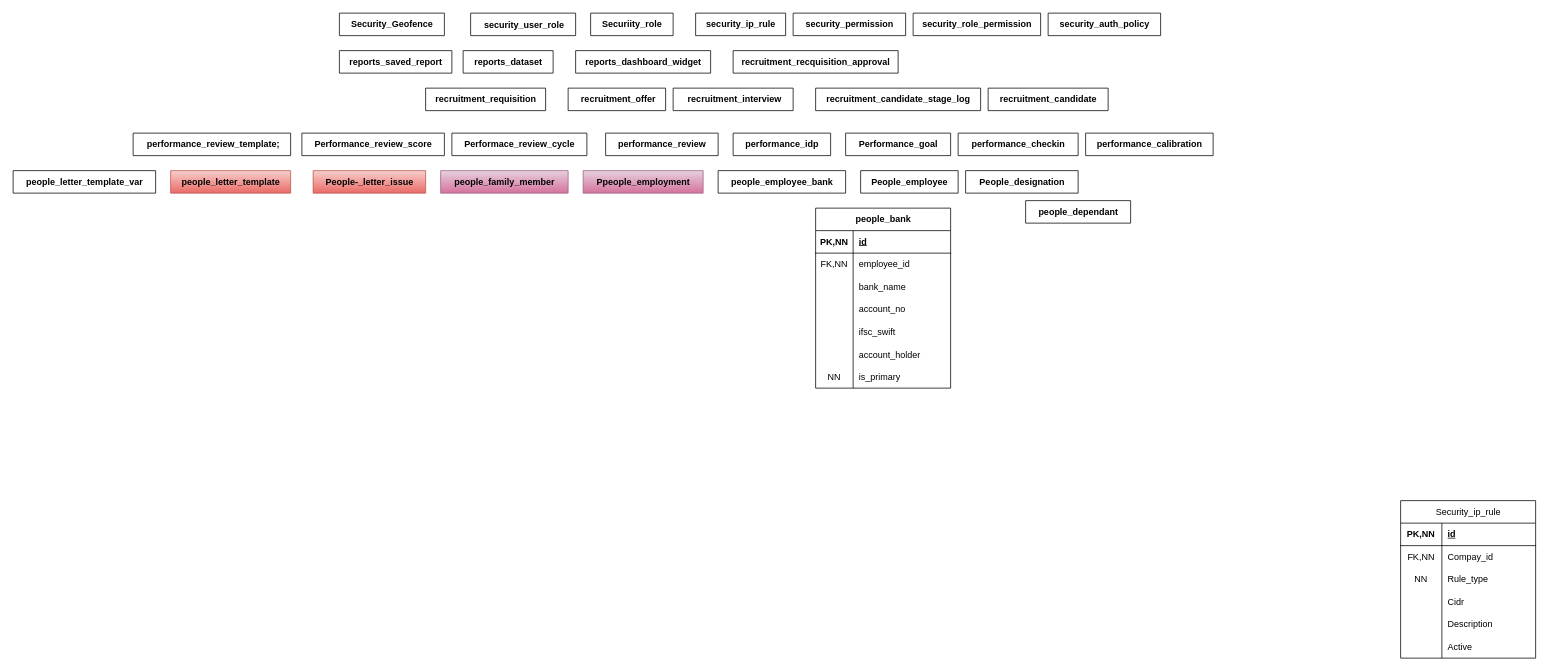
Shreya-Kosabe-07/hrms_flows2 keeps this draw.io diagram as Untitled Diagram.drawio. Above is the earlier version. Source tidied: cells renumbered, new cells numbered last; positions are measured from the earlier drawing's top-left corner, leaving out a move shared by most shapes. Both pictures are drawn from the tidied source at 75%, with x=0, y=0 at pixel (13, 13).
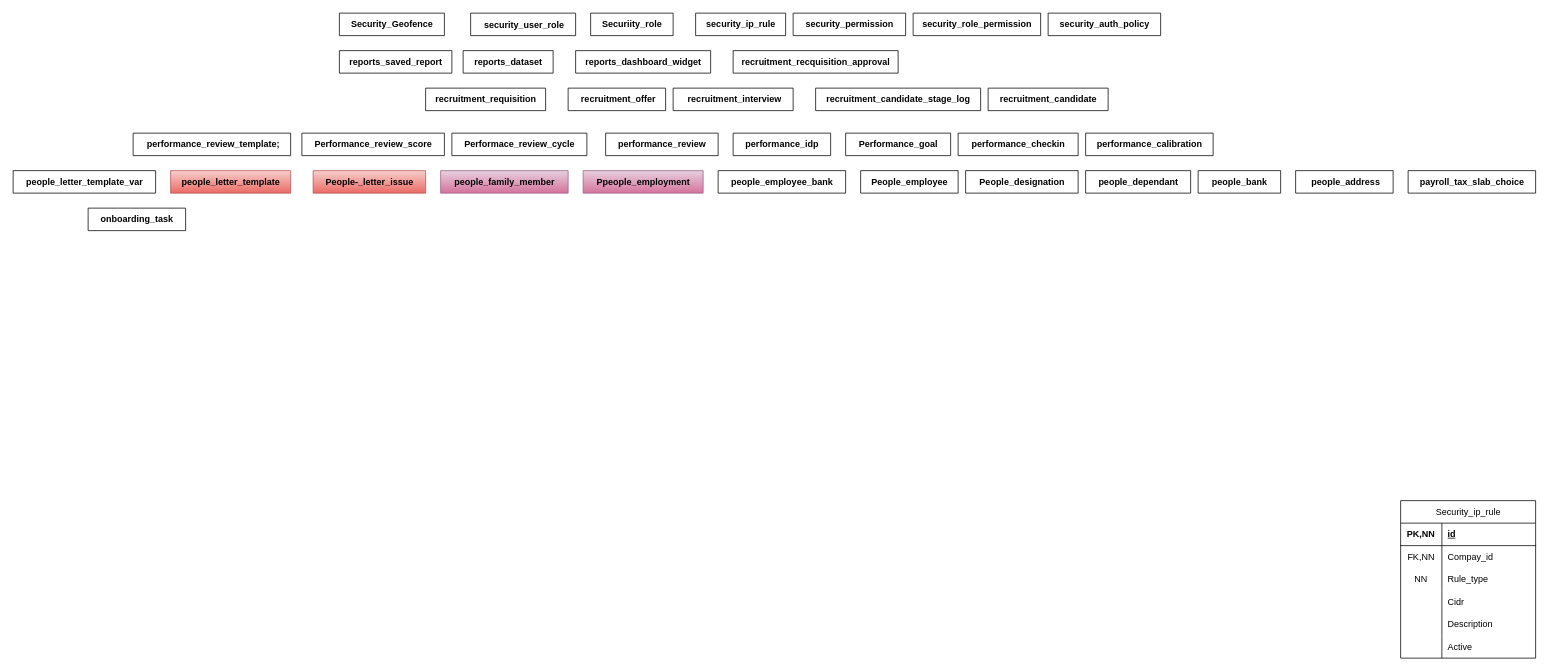
The same diagram, later.

Commit message:
HRMS_FLOW_DIAGRAM_FINAL

The edit, as a diff of the source:
```diff
@@
     <mxCell id="53" value="people_dependant" style="shape=table;startSize=30;childLayout=tableLayout;rowLines=0;fontStyle=1;align=center;html=1;" parent="1" vertex="1" collapsed="1">
-      <mxGeometry x="1350" y="250" width="140" height="30" as="geometry" />
+      <mxGeometry x="1430" y="210" width="140" height="30" as="geometry" />
     </mxCell>
-    <mxCell id="54" value="people_bank" style="shape=table;startSize=30;childLayout=tableLayout;rowLines=0;fontStyle=1;align=center;html=1;" parent="1" vertex="1">
-      <mxGeometry x="1070" y="260" width="180" height="240" as="geometry" />
+    <mxCell id="54" value="people_bank" style="shape=table;startSize=30;childLayout=tableLayout;rowLines=0;fontStyle=1;align=center;html=1;" parent="1" vertex="1" collapsed="1">
+      <mxGeometry x="1580" y="210" width="110" height="30" as="geometry" />
     </mxCell>
-    <mxCell id="55" style="shape=tableRow;horizontal=0;startSize=0;swimlaneHead=0;swimlaneBody=0;fillColor=none;top=0;left=0;right=0;bottom=1;" parent="54" vertex="1">
-      <mxGeometry y="30" width="180" height="30" as="geometry" />
-    </mxCell>
-    <mxCell id="56" value="PK,NN" style="shape=partialRectangle;fillColor=none;top=0;left=0;bottom=0;right=0;fontStyle=1;overflow=hidden;whiteSpace=wrap;html=1;" parent="55" vertex="1">
-      <mxGeometry width="50" height="30" as="geometry" />
-    </mxCell>
-    <mxCell id="57" value="id" style="shape=partialRectangle;fillColor=none;top=0;left=0;bottom=0;right=0;align=left;spacingLeft=6;fontStyle=5;overflow=hidden;whiteSpace=wrap;html=1;" parent="55" vertex="1">
-      <mxGeometry x="50" width="130" height="30" as="geometry" />
-    </mxCell>
-    <mxCell id="58" style="shape=tableRow;horizontal=0;startSize=0;swimlaneHead=0;swimlaneBody=0;fillColor=none;top=0;left=0;right=0;bottom=0;" parent="54" vertex="1">
-      <mxGeometry y="60" width="180" height="30" as="geometry" />
-    </mxCell>
-    <mxCell id="59" value="FK,NN" style="shape=partialRectangle;fillColor=none;top=0;left=0;bottom=0;right=0;overflow=hidden;whiteSpace=wrap;html=1;" parent="58" vertex="1">
-      <mxGeometry width="50" height="30" as="geometry" />
-    </mxCell>
-    <mxCell id="60" value="employee_id" style="shape=partialRectangle;fillColor=none;top=0;left=0;bottom=0;right=0;align=left;spacingLeft=6;overflow=hidden;whiteSpace=wrap;html=1;" parent="58" vertex="1">
-      <mxGeometry x="50" width="130" height="30" as="geometry" />
-    </mxCell>
-    <mxCell id="61" style="shape=tableRow;horizontal=0;startSize=0;swimlaneHead=0;swimlaneBody=0;fillColor=none;top=0;left=0;right=0;bottom=0;" parent="54" vertex="1">
-      <mxGeometry y="90" width="180" height="30" as="geometry" />
-    </mxCell>
-    <mxCell id="62" style="shape=partialRectangle;fillColor=none;top=0;left=0;bottom=0;right=0;overflow=hidden;whiteSpace=wrap;html=1;" parent="61" vertex="1">
-      <mxGeometry width="50" height="30" as="geometry" />
-    </mxCell>
-    <mxCell id="63" value="bank_name" style="shape=partialRectangle;fillColor=none;top=0;left=0;bottom=0;right=0;align=left;spacingLeft=6;overflow=hidden;whiteSpace=wrap;html=1;" parent="61" vertex="1">
-      <mxGeometry x="50" width="130" height="30" as="geometry" />
-    </mxCell>
-    <mxCell id="64" style="shape=tableRow;horizontal=0;startSize=0;swimlaneHead=0;swimlaneBody=0;fillColor=none;top=0;left=0;right=0;bottom=0;" parent="54" vertex="1">
-      <mxGeometry y="120" width="180" height="30" as="geometry" />
-    </mxCell>
-    <mxCell id="65" style="shape=partialRectangle;fillColor=none;top=0;left=0;bottom=0;right=0;overflow=hidden;whiteSpace=wrap;html=1;" parent="64" vertex="1">
-      <mxGeometry width="50" height="30" as="geometry" />
-    </mxCell>
-    <mxCell id="66" value="account_no" style="shape=partialRectangle;fillColor=none;top=0;left=0;bottom=0;right=0;align=left;spacingLeft=6;overflow=hidden;whiteSpace=wrap;html=1;" parent="64" vertex="1">
-      <mxGeometry x="50" width="130" height="30" as="geometry" />
-    </mxCell>
-    <mxCell id="67" style="shape=tableRow;horizontal=0;startSize=0;swimlaneHead=0;swimlaneBody=0;fillColor=none;top=0;left=0;right=0;bottom=0;" parent="54" vertex="1">
-      <mxGeometry y="150" width="180" height="30" as="geometry" />
-    </mxCell>
-    <mxCell id="68" style="shape=partialRectangle;fillColor=none;top=0;left=0;bottom=0;right=0;overflow=hidden;" parent="67" vertex="1">
-      <mxGeometry width="50" height="30" as="geometry" />
-    </mxCell>
-    <mxCell id="69" value="ifsc_swift" style="shape=partialRectangle;fillColor=none;top=0;left=0;bottom=0;right=0;align=left;spacingLeft=6;overflow=hidden;" parent="67" vertex="1">
-      <mxGeometry x="50" width="130" height="30" as="geometry" />
-    </mxCell>
-    <mxCell id="70" style="shape=tableRow;horizontal=0;startSize=0;swimlaneHead=0;swimlaneBody=0;fillColor=none;top=0;left=0;right=0;bottom=0;" parent="54" vertex="1">
-      <mxGeometry y="180" width="180" height="30" as="geometry" />
-    </mxCell>
-    <mxCell id="71" style="shape=partialRectangle;fillColor=none;top=0;left=0;bottom=0;right=0;overflow=hidden;" parent="70" vertex="1">
-      <mxGeometry width="50" height="30" as="geometry" />
-    </mxCell>
-    <mxCell id="72" value="account_holder" style="shape=partialRectangle;fillColor=none;top=0;left=0;bottom=0;right=0;align=left;spacingLeft=6;overflow=hidden;" parent="70" vertex="1">
-      <mxGeometry x="50" width="130" height="30" as="geometry" />
-    </mxCell>
-    <mxCell id="73" style="shape=tableRow;horizontal=0;startSize=0;swimlaneHead=0;swimlaneBody=0;fillColor=none;top=0;left=0;right=0;bottom=0;" parent="54" vertex="1">
-      <mxGeometry y="210" width="180" height="30" as="geometry" />
-    </mxCell>
-    <mxCell id="74" value="NN" style="shape=partialRectangle;fillColor=none;top=0;left=0;bottom=0;right=0;overflow=hidden;" parent="73" vertex="1">
-      <mxGeometry width="50" height="30" as="geometry" />
-    </mxCell>
-    <mxCell id="75" value="is_primary" style="shape=partialRectangle;fillColor=none;top=0;left=0;bottom=0;right=0;align=left;spacingLeft=6;overflow=hidden;" parent="73" vertex="1">
-      <mxGeometry x="50" width="130" height="30" as="geometry" />
-    </mxCell>
+    <mxCell id="76" value="&amp;nbsp;people_address" style="shape=table;startSize=30;childLayout=tableLayout;rowLines=0;fontStyle=1;align=center;html=1;" parent="1" vertex="1" collapsed="1">
+      <mxGeometry x="1710" y="210" width="130" height="30" as="geometry" />
+    </mxCell>
+    <mxCell id="77" value="payroll_tax_slab_choice" style="shape=table;startSize=30;childLayout=tableLayout;rowLines=0;fontStyle=1;align=center;html=1;" parent="1" vertex="1" collapsed="1">
+      <mxGeometry x="1860" y="210" width="170" height="30" as="geometry" />
+    </mxCell>
+    <mxCell id="78" value="onboarding_task" style="shape=table;startSize=30;childLayout=tableLayout;rowLines=0;fontStyle=1;align=center;html=1;" parent="1" vertex="1" collapsed="1">
+      <mxGeometry x="100" y="260" width="130" height="30" as="geometry" />
+    </mxCell>
```
